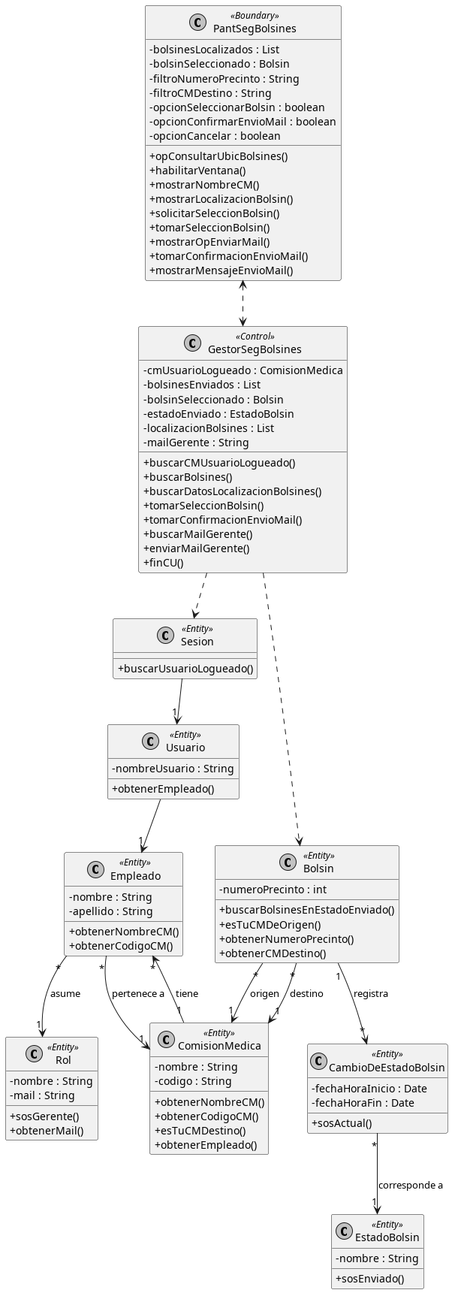
Above: out/DiagramaClasesCU36/DiagramaClasesSoporte.png in FabrizioRava/PPAI-2026-Grupo1 (PlantUML), before the change.
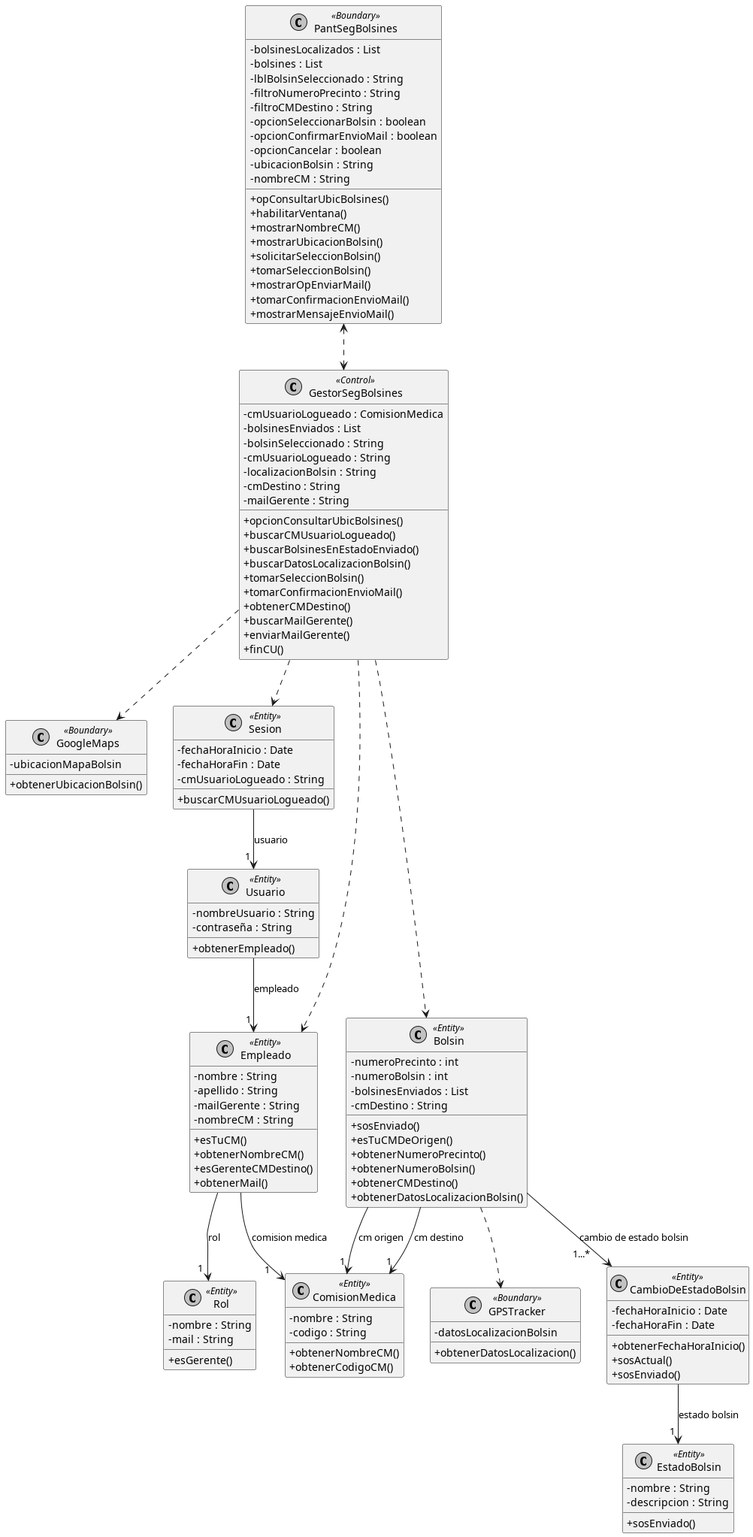
Above is the later version.

What changed in the source:
```diff
@@ -5,16 +5,20 @@
 
 class PantSegBolsines <<Boundary>> {
   - bolsinesLocalizados : List
-  - bolsinSeleccionado : Bolsin
+  - bolsines : List
+  - lblBolsinSeleccionado : String
   - filtroNumeroPrecinto : String
   - filtroCMDestino : String
   - opcionSeleccionarBolsin : boolean
   - opcionConfirmarEnvioMail : boolean
   - opcionCancelar : boolean
+  - ubicacionBolsin : String
+  - nombreCM : String
+
   + opConsultarUbicBolsines()
   + habilitarVentana()
   + mostrarNombreCM()
-  + mostrarLocalizacionBolsin()
+  + mostrarUbicacionBolsin()
   + solicitarSeleccionBolsin()
   + tomarSeleccionBolsin()
   + mostrarOpEnviarMail()
@@ -25,68 +29,105 @@
 class GestorSegBolsines <<Control>> {
   - cmUsuarioLogueado : ComisionMedica
   - bolsinesEnviados : List
-  - bolsinSeleccionado : Bolsin
-  - estadoEnviado : EstadoBolsin
-  - localizacionBolsines : List
+  - bolsinSeleccionado : String
+  - cmUsuarioLogueado : String
+  - localizacionBolsin : String
+  - cmDestino : String
   - mailGerente : String
+
+  + opcionConsultarUbicBolsines()
   + buscarCMUsuarioLogueado()
-  + buscarBolsines()
-  + buscarDatosLocalizacionBolsines()
+  + buscarBolsinesEnEstadoEnviado()
+  + buscarDatosLocalizacionBolsin()
   + tomarSeleccionBolsin()
   + tomarConfirmacionEnvioMail()
+  + obtenerCMDestino()
   + buscarMailGerente()
   + enviarMailGerente()
   + finCU()
 }
 
+class GPSTracker <<Boundary>> {
+  - datosLocalizacionBolsin
+
+  + obtenerDatosLocalizacion()
+}
+
+class GoogleMaps <<Boundary>> {
+  - ubicacionMapaBolsin
+
+  + obtenerUbicacionBolsin()
+}
+
 class Sesion <<Entity>> {
-  + buscarUsuarioLogueado()
+  - fechaHoraInicio : Date
+  - fechaHoraFin : Date
+  - cmUsuarioLogueado : String
+
+  + buscarCMUsuarioLogueado()
 }
 
 class Usuario <<Entity>> {
   - nombreUsuario : String
+  - contraseña : String
+
   + obtenerEmpleado()
 }
 
 class Empleado <<Entity>> {
   - nombre : String
   - apellido : String
+  - mailGerente : String
+  - nombreCM : String
+
+  + esTuCM()
   + obtenerNombreCM()
-  + obtenerCodigoCM()
+  + esGerenteCMDestino()
+  + obtenerMail()
 }
 
 class Rol <<Entity>> {
   - nombre : String
   - mail : String
-  + sosGerente()
-  + obtenerMail()
+
+  + esGerente()
 }
 
 class ComisionMedica <<Entity>> {
   - nombre : String
   - codigo : String
+
   + obtenerNombreCM()
   + obtenerCodigoCM()
-  + esTuCMDestino()
-  + obtenerEmpleado()
 }
 
 class Bolsin <<Entity>> {
   - numeroPrecinto : int
-  + buscarBolsinesEnEstadoEnviado()
+  - numeroBolsin : int
+  - bolsinesEnviados : List
+  - cmDestino : String
+
+  + sosEnviado()
   + esTuCMDeOrigen()
   + obtenerNumeroPrecinto()
+  + obtenerNumeroBolsin()
   + obtenerCMDestino()
+  + obtenerDatosLocalizacionBolsin()
 }
 
 class CambioDeEstadoBolsin <<Entity>> {
   - fechaHoraInicio : Date
   - fechaHoraFin : Date
+
+  + obtenerFechaHoraInicio()
   + sosActual()
+  + sosEnviado()
 }
 
 class EstadoBolsin <<Entity>> {
   - nombre : String
+  - descripcion : String
+
   + sosEnviado()
 }
 
@@ -95,15 +136,17 @@
 
 GestorSegBolsines ..> Sesion
 GestorSegBolsines ..> Bolsin
+Bolsin ..> GPSTracker
+GestorSegBolsines ..> GoogleMaps
+GestorSegBolsines ..> Empleado
 
-Sesion --> "1" Usuario
-Usuario --> "1" Empleado
-Empleado "*" --> "1" ComisionMedica : pertenece a
-Empleado "*" --> "1" Rol : asume
-ComisionMedica "1" --> "*" Empleado : tiene
-Bolsin "*" --> "1" ComisionMedica : origen
-Bolsin "*" --> "1" ComisionMedica : destino
-Bolsin "1" --> "*" CambioDeEstadoBolsin : registra
-CambioDeEstadoBolsin "*" --> "1" EstadoBolsin : corresponde a
+Sesion --> "1 " Usuario : usuario
+Usuario --> "1 " Empleado : empleado
+Empleado  --> "1    " ComisionMedica : comision medica
+Empleado  --> "1  " Rol : rol
+Bolsin  --> "1 " ComisionMedica : cm origen
+Bolsin  --> "1 " ComisionMedica : cm destino
+Bolsin  --> "1...*      " CambioDeEstadoBolsin : cambio de estado bolsin
+CambioDeEstadoBolsin --> "1 " EstadoBolsin : estado bolsin
 
 @enduml
```
